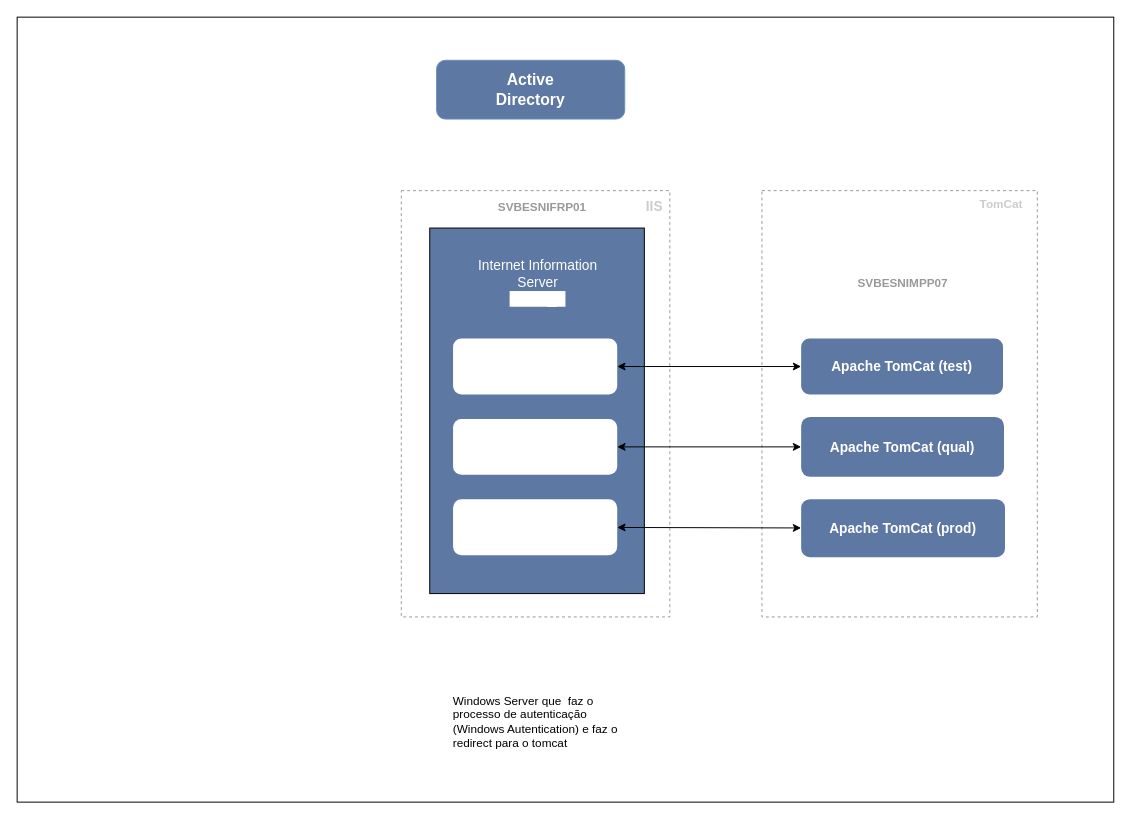
This is RING.drawio from Josemyr1993/Diagramas, a draw.io file, before an edit. Source tidied: cells renumbered, new cells numbered last; positions are measured from the earlier drawing's top-left corner, leaving out a move shared by most shapes. Both pictures are drawn from the tidied source at 98%, with x=0, y=0 at pixel (17, 17).
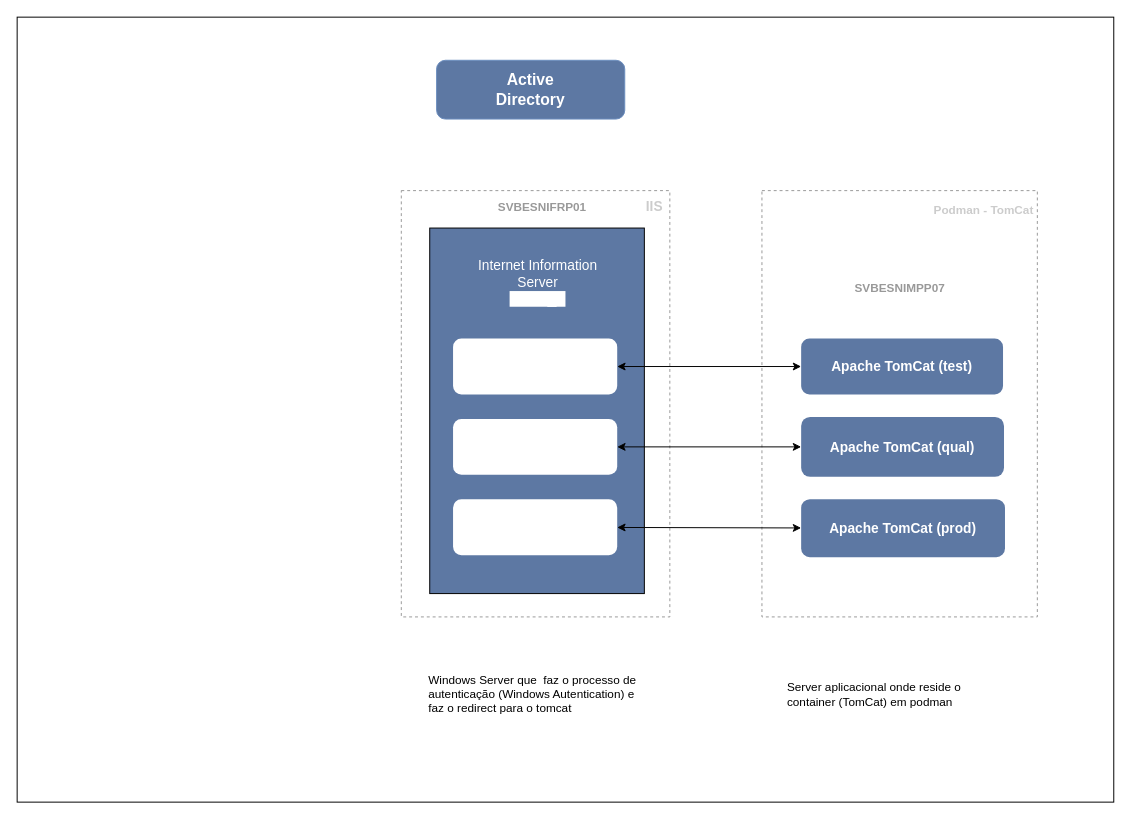
Above is the later version.

What changed in the source:
```diff
@@
     <mxCell id="11" value="&lt;div align=&quot;left&quot;&gt;Windows Server que&amp;nbsp; faz o processo de autenticação (Windows Autentication) e faz o redirect para o tomcat&lt;/div&gt;" style="text;html=1;align=left;verticalAlign=middle;whiteSpace=wrap;rounded=0;" parent="1" vertex="1">
-      <mxGeometry x="442.5" y="682" width="172" height="74" as="geometry" />
+      <mxGeometry x="417.8" y="654" width="222.5" height="74" as="geometry" />
     </mxCell>
@@
     <mxCell id="14" value="&lt;div&gt;&lt;span style=&quot;color: rgb(153, 153, 153);&quot;&gt;&lt;b&gt;SVBESNIMPP07&lt;/b&gt;&lt;/span&gt;&lt;/div&gt;&lt;div&gt;&lt;span style=&quot;color: rgba(0, 0, 0, 0);&quot;&gt;&lt;/span&gt;&lt;/div&gt;" style="text;html=1;align=center;verticalAlign=middle;whiteSpace=wrap;rounded=0;fontColor=#CCCCCC;" parent="1" vertex="1">
-      <mxGeometry x="844" y="252" width="120" height="40" as="geometry" />
+      <mxGeometry x="840.5" y="257" width="120" height="40" as="geometry" />
     </mxCell>
@@
-    <mxCell id="18" value="&lt;b&gt;TomCat&lt;/b&gt;" style="text;html=1;align=center;verticalAlign=middle;whiteSpace=wrap;rounded=0;fontColor=#CCCCCC;" parent="1" vertex="1">
-      <mxGeometry x="966" y="172" width="77" height="37" as="geometry" />
+    <mxCell id="18" value="&lt;b&gt;Podman - TomCat&lt;/b&gt;" style="text;html=1;align=center;verticalAlign=middle;whiteSpace=wrap;rounded=0;fontColor=#CCCCCC;" parent="1" vertex="1">
+      <mxGeometry x="932" y="178.2" width="109" height="37" as="geometry" />
     </mxCell>
@@
+    <mxCell id="22" value="Server aplicacional onde reside o container (TomCat) em podman " style="text;html=1;align=left;verticalAlign=middle;whiteSpace=wrap;rounded=0;" parent="1" vertex="1">
+      <mxGeometry x="783.5" y="654" width="222.5" height="74" as="geometry" />
+    </mxCell>
```
